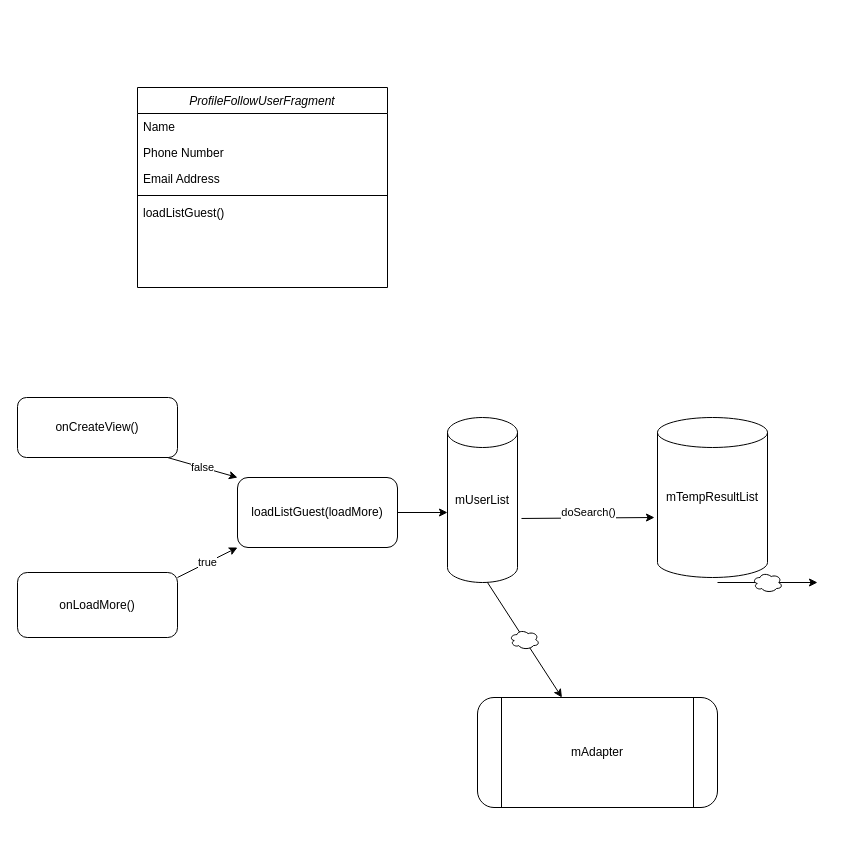
Earlier version of the draw.io diagram 技术方案.drawio (Alinvor/nodedemo). Source tidied: cells renumbered, new cells numbered last; positions are measured from the earlier drawing's top-left corner, leaving out a move shared by most shapes. Both pictures are drawn from the tidied source at 100%, with x=0, y=0 at pixel (17, 87).
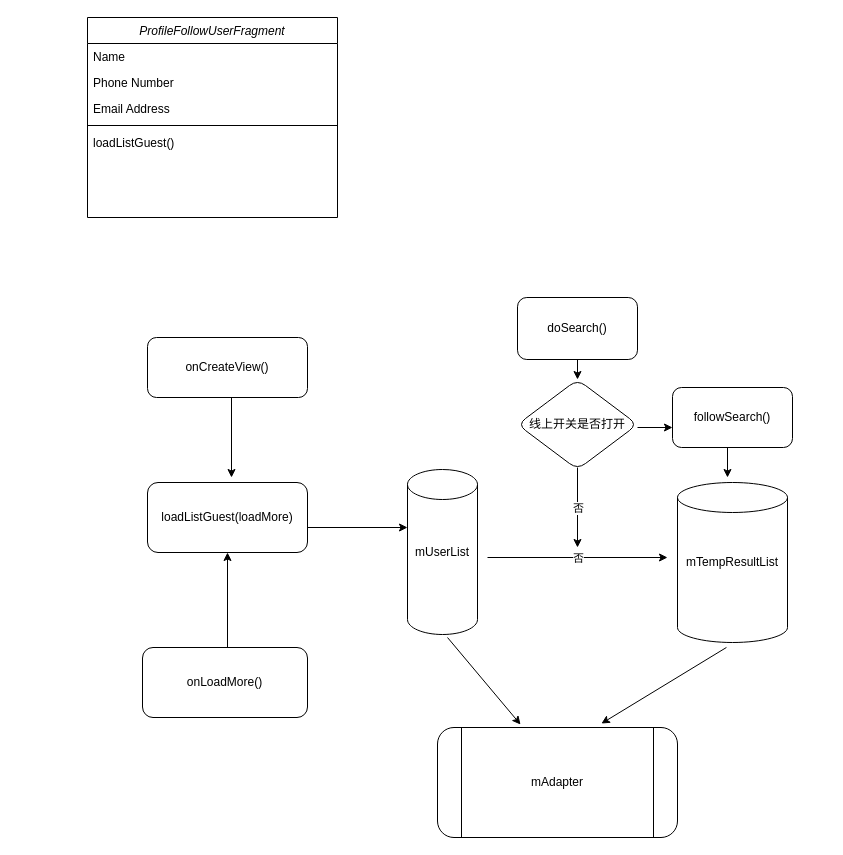
The same diagram, later.

Commit message:
更新技术方案.drawio

What changed in the source:
```diff
@@
+    <mxCell id="8" value="loadListGuest(loadMore)" style="rounded=1;whiteSpace=wrap;html=1;" parent="1" vertex="1">
+      <mxGeometry x="130" y="395" width="160" height="70" as="geometry" />
+    </mxCell>
+    <mxCell id="9" value="onCreateView()" style="rounded=1;whiteSpace=wrap;html=1;" parent="1" vertex="1">
+      <mxGeometry x="130" y="250" width="160" height="60" as="geometry" />
+    </mxCell>
+    <mxCell id="10" value="onLoadMore()" style="rounded=1;whiteSpace=wrap;html=1;" parent="1" vertex="1">
+      <mxGeometry x="125" y="560" width="165" height="70" as="geometry" />
+    </mxCell>
+    <mxCell id="11" value="mUserList" style="shape=cylinder2;whiteSpace=wrap;html=1;boundedLbl=1;backgroundOutline=1;size=15;rounded=1;" parent="1" vertex="1">
+      <mxGeometry x="390" y="382" width="70" height="165" as="geometry" />
+    </mxCell>
+    <mxCell id="16" value="mTempResultList" style="shape=cylinder2;whiteSpace=wrap;html=1;boundedLbl=1;backgroundOutline=1;size=15;rounded=1;" parent="1" vertex="1">
+      <mxGeometry x="660" y="395" width="110" height="160" as="geometry" />
+    </mxCell>
+    <mxCell id="19" value="mAdapter" style="shape=process;whiteSpace=wrap;html=1;backgroundOutline=1;rounded=1;" parent="1" vertex="1">
+      <mxGeometry x="420" y="640" width="240" height="110" as="geometry" />
+    </mxCell>
+    <mxCell id="22" style="endArrow=classic;html=1;entryX=0.683;entryY=-0.036;entryDx=0;entryDy=0;entryPerimeter=0;exitX=0.445;exitY=1.031;exitDx=0;exitDy=0;exitPerimeter=0;" parent="1" edge="1" source="16" target="19">
+      <mxGeometry relative="1" as="geometry" />
+    </mxCell>
+    <mxCell id="24" value="线上开关是否打开" style="rhombus;whiteSpace=wrap;html=1;rounded=1;" parent="1" vertex="1">
+      <mxGeometry x="500" y="292" width="120" height="90" as="geometry" />
+    </mxCell>
+    <mxCell id="25" value="followSearch()" style="rounded=1;whiteSpace=wrap;html=1;" parent="1" vertex="1">
+      <mxGeometry x="655" y="300" width="120" height="60" as="geometry" />
+    </mxCell>
+    <mxCell id="18" value="&lt;span&gt;doSearch()&lt;/span&gt;" style="rounded=1;whiteSpace=wrap;html=1;" parent="1" vertex="1">
+      <mxGeometry x="500" y="210" width="120" height="62" as="geometry" />
+    </mxCell>
+    <mxCell id="26" style="endArrow=classic;html=1;" parent="1" edge="1">
+      <mxGeometry relative="1" as="geometry">
+        <mxPoint x="290" y="440" as="sourcePoint" />
+        <mxPoint x="390" y="440" as="targetPoint" />
+      </mxGeometry>
+    </mxCell>
+    <mxCell id="27" style="endArrow=classic;html=1;" parent="1" edge="1">
+      <mxGeometry relative="1" as="geometry">
+        <mxPoint x="214" y="310" as="sourcePoint" />
+        <mxPoint x="214" y="390" as="targetPoint" />
+      </mxGeometry>
+    </mxCell>
+    <mxCell id="28" style="endArrow=classic;html=1;entryX=0.5;entryY=1;entryDx=0;entryDy=0;" parent="1" edge="1" target="8">
+      <mxGeometry relative="1" as="geometry">
+        <mxPoint x="210" y="560" as="sourcePoint" />
+      </mxGeometry>
+    </mxCell>
+    <mxCell id="29" style="endArrow=classic;html=1;" parent="1" edge="1">
+      <mxGeometry relative="1" as="geometry">
+        <mxPoint x="470" y="470" as="sourcePoint" />
+        <mxPoint x="650" y="470" as="targetPoint" />
+      </mxGeometry>
+    </mxCell>
+    <mxCell id="30" value="否" style="edgeLabel;html=1;align=center;verticalAlign=middle;" parent="29" vertex="1">
+      <mxGeometry relative="1" as="geometry" />
+    </mxCell>
+    <mxCell id="31" style="endArrow=classic;html=1;" parent="1" edge="1">
+      <mxGeometry relative="1" as="geometry">
+        <mxPoint x="560" y="380" as="sourcePoint" />
+        <mxPoint x="560" y="460" as="targetPoint" />
+      </mxGeometry>
+    </mxCell>
+    <mxCell id="32" value="否" style="edgeLabel;html=1;align=center;verticalAlign=middle;" parent="31" vertex="1">
+      <mxGeometry relative="1" as="geometry" />
+    </mxCell>
+    <mxCell id="33" style="endArrow=classic;html=1;" parent="1" edge="1">
+      <mxGeometry relative="1" as="geometry">
+        <mxPoint x="620" y="340" as="sourcePoint" />
+        <mxPoint x="655" y="340" as="targetPoint" />
+      </mxGeometry>
+    </mxCell>
+    <mxCell id="34" style="endArrow=classic;html=1;" parent="1" edge="1">
+      <mxGeometry relative="1" as="geometry">
+        <mxPoint x="560" y="272" as="sourcePoint" />
+        <mxPoint x="560" y="292" as="targetPoint" />
+      </mxGeometry>
+    </mxCell>
+    <mxCell id="35" style="endArrow=classic;html=1;entryX=0.346;entryY=-0.027;entryDx=0;entryDy=0;entryPerimeter=0;" parent="1" edge="1" target="19">
+      <mxGeometry relative="1" as="geometry">
+        <mxPoint x="430" y="550" as="sourcePoint" />
+      </mxGeometry>
+    </mxCell>
     <mxCell id="2" value="ProfileFollowUserFragment" style="swimlane;fontStyle=2;align=center;verticalAlign=top;horizontal=1;startSize=26;rounded=0;shadow=0;strokeWidth=1;" parent="1" vertex="1">
-      <mxGeometry x="120" width="250" height="200" as="geometry" />
+      <mxGeometry x="70" y="-70" width="250" height="200" as="geometry" />
     </mxCell>
@@
-    <mxCell id="8" value="loadListGuest(loadMore)" style="rounded=1;whiteSpace=wrap;html=1;" parent="1" vertex="1">
-      <mxGeometry x="220" y="390" width="160" height="70" as="geometry" />
-    </mxCell>
-    <mxCell id="9" value="onCreateView()" style="rounded=1;whiteSpace=wrap;html=1;" parent="1" vertex="1">
-      <mxGeometry y="310" width="160" height="60" as="geometry" />
-    </mxCell>
-    <mxCell id="10" value="onLoadMore()" style="rounded=1;whiteSpace=wrap;html=1;" parent="1" vertex="1">
-      <mxGeometry y="485" width="160" height="65" as="geometry" />
-    </mxCell>
-    <mxCell id="11" value="mUserList" style="shape=cylinder2;whiteSpace=wrap;html=1;boundedLbl=1;backgroundOutline=1;size=15;rounded=1;" parent="1" vertex="1">
-      <mxGeometry x="430" y="330" width="70" height="165" as="geometry" />
-    </mxCell>
-    <mxCell id="12" style="endArrow=classic;html=1;entryX=0;entryY=0;entryDx=0;entryDy=0;" parent="1" edge="1" target="8">
-      <mxGeometry relative="1" as="geometry">
-        <mxPoint x="150" y="370" as="sourcePoint" />
-      </mxGeometry>
-    </mxCell>
-    <mxCell id="13" value="false" style="edgeLabel;html=1;align=center;verticalAlign=middle;" parent="12" vertex="1">
-      <mxGeometry relative="1" as="geometry" />
-    </mxCell>
-    <mxCell id="14" value="true" style="endArrow=classic;html=1;entryX=0;entryY=1;entryDx=0;entryDy=0;" parent="1" edge="1" target="8">
-      <mxGeometry relative="1" as="geometry">
-        <mxPoint x="160" y="490" as="sourcePoint" />
-      </mxGeometry>
-    </mxCell>
-    <mxCell id="15" style="endArrow=classic;html=1;" parent="1" edge="1" source="8">
-      <mxGeometry relative="1" as="geometry">
-        <mxPoint x="430" y="425" as="targetPoint" />
-      </mxGeometry>
-    </mxCell>
-    <mxCell id="16" value="mTempResultList" style="shape=cylinder2;whiteSpace=wrap;html=1;boundedLbl=1;backgroundOutline=1;size=15;rounded=1;" parent="1" vertex="1">
-      <mxGeometry x="640" y="330" width="110" height="160" as="geometry" />
-    </mxCell>
-    <mxCell id="17" style="endArrow=classic;html=1;exitX=1.057;exitY=0.612;exitDx=0;exitDy=0;exitPerimeter=0;" parent="1" edge="1" source="11">
-      <mxGeometry relative="1" as="geometry">
-        <mxPoint x="637" y="430" as="targetPoint" />
-      </mxGeometry>
-    </mxCell>
-    <mxCell id="18" value="doSearch()&lt;br&gt;" style="edgeLabel;html=1;align=center;verticalAlign=middle;" parent="17" vertex="1">
-      <mxGeometry relative="1" as="geometry">
-        <mxPoint y="-5.5" as="offset" />
-      </mxGeometry>
-    </mxCell>
-    <mxCell id="19" value="mAdapter" style="shape=process;whiteSpace=wrap;html=1;backgroundOutline=1;rounded=1;" parent="1" vertex="1">
-      <mxGeometry x="460" y="610" width="240" height="110" as="geometry" />
-    </mxCell>
-    <mxCell id="20" style="endArrow=classic;html=1;" parent="1" edge="1" target="19">
-      <mxGeometry relative="1" as="geometry">
-        <mxPoint x="470" y="495" as="sourcePoint" />
-      </mxGeometry>
-    </mxCell>
-    <mxCell id="21" style="shape=cloud;html=1;" parent="20" vertex="1">
-      <mxGeometry width="30" height="20" relative="1" as="geometry">
-        <mxPoint x="-15" y="-10" as="offset" />
-      </mxGeometry>
-    </mxCell>
-    <mxCell id="22" style="endArrow=classic;html=1;" parent="1" edge="1">
-      <mxGeometry relative="1" as="geometry">
-        <mxPoint x="700" y="495" as="sourcePoint" />
-        <mxPoint x="800" y="495" as="targetPoint" />
-      </mxGeometry>
-    </mxCell>
-    <mxCell id="23" style="shape=cloud;html=1;" parent="22" vertex="1">
-      <mxGeometry width="30" height="20" relative="1" as="geometry">
-        <mxPoint x="-15" y="-10" as="offset" />
-      </mxGeometry>
-    </mxCell>
+    <mxCell id="36" style="endArrow=classic;html=1;" parent="1" edge="1">
+      <mxGeometry relative="1" as="geometry">
+        <mxPoint x="710" y="360" as="sourcePoint" />
+        <mxPoint x="710" y="390" as="targetPoint" />
+      </mxGeometry>
+    </mxCell>
```
